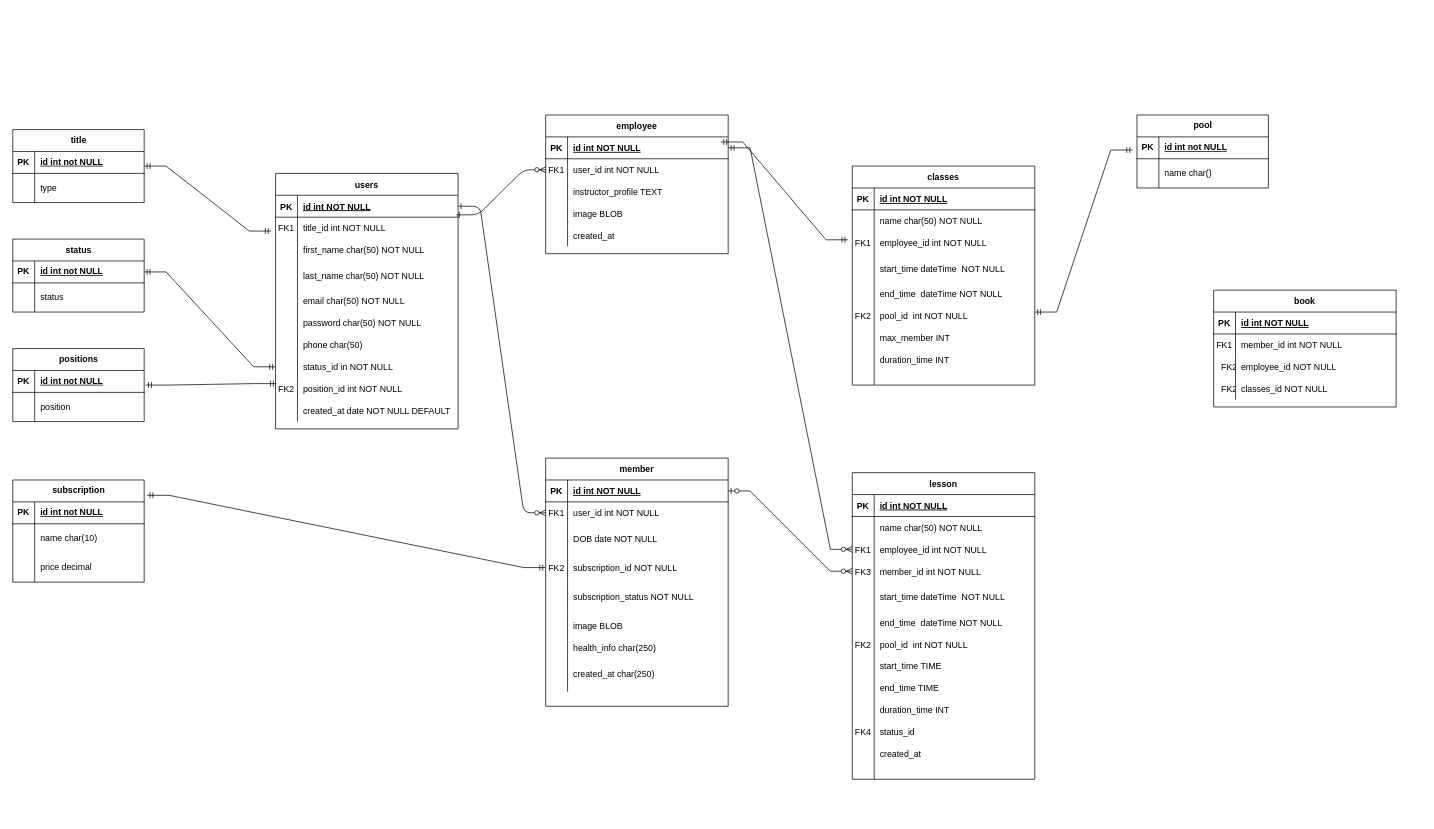
Earlier version of the draw.io diagram webApp/EDR.drawio (NZMia/Biosecurity). Source tidied: cells renumbered, new cells numbered last; positions are measured from the earlier drawing's top-left corner, leaving out a move shared by most shapes. Both pictures are drawn from the tidied source at 73%, with x=0, y=0 at pixel (12, 115).
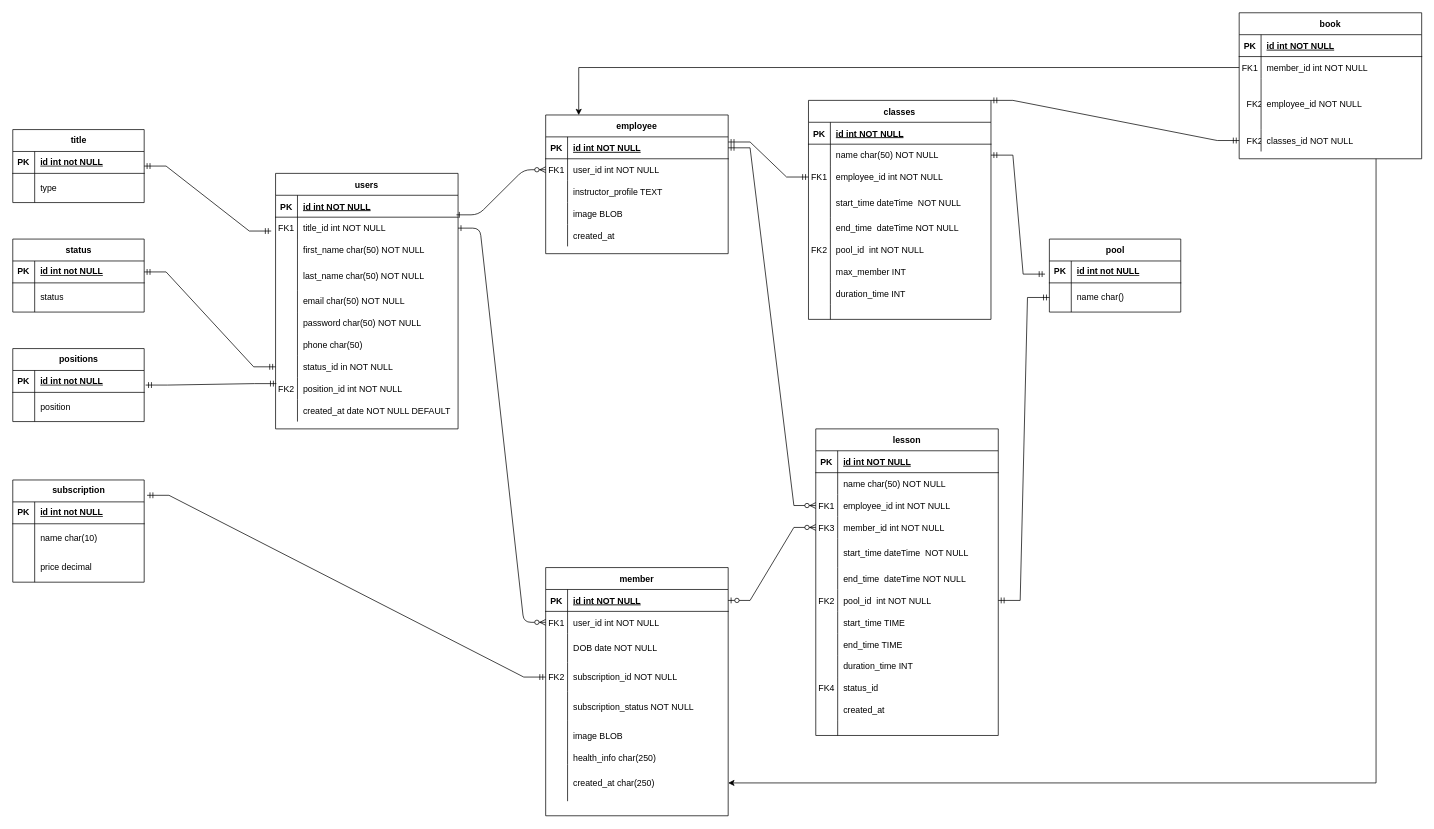
The same page after the edit.

Unchanged cells that the change refers to:
```xml
<mxCell id="8" style="shape=partialRectangle;fillColor=none;points=[[0,0.5],[1,0.5]];portConstraint=eastwest;top=0;left=0;right=0;bottom=0;" parent="4" vertex="1">
  <mxGeometry y="60" width="250" height="30" as="geometry" />
</mxCell>
<mxCell id="26" style="shape=partialRectangle;fillColor=none;points=[[0,0.5],[1,0.5]];portConstraint=eastwest;top=0;left=0;right=0;bottom=0;" parent="4" vertex="1">
  <mxGeometry y="270" width="250" height="50" as="geometry" />
</mxCell>
<mxCell id="29" value="employee" style="shape=table;startSize=30;childLayout=tableLayout;rowLines=0;fontStyle=1;align=center;" parent="1" vertex="1">
  <mxGeometry x="730" width="250" height="190" as="geometry" />
</mxCell>
<mxCell id="30" style="shape=partialRectangle;fillColor=none;points=[[0,0.5],[1,0.5]];portConstraint=eastwest;top=0;left=0;right=0;bottom=1;" parent="29" vertex="1">
  <mxGeometry y="30" width="250" height="30" as="geometry" />
</mxCell>
<mxCell id="46" style="shape=partialRectangle;fillColor=none;points=[[0,0.5],[1,0.5]];portConstraint=eastwest;top=0;left=0;right=0;bottom=1;" parent="45" vertex="1">
  <mxGeometry y="30" width="250" height="30" as="geometry" />
</mxCell>
<mxCell id="49" style="shape=partialRectangle;fillColor=none;points=[[0,0.5],[1,0.5]];portConstraint=eastwest;top=0;left=0;right=0;bottom=0;" parent="45" vertex="1">
  <mxGeometry y="60" width="250" height="30" as="geometry" />
</mxCell>
<mxCell id="80" style="shape=partialRectangle;fillColor=none;points=[[0,0.5],[1,0.5]];portConstraint=eastwest;top=0;left=0;right=0;bottom=0;" parent="76" vertex="1">
  <mxGeometry y="60" width="250" height="30" as="geometry" />
</mxCell>
<mxCell id="83" style="shape=partialRectangle;fillColor=none;points=[[0,0.5],[1,0.5]];portConstraint=eastwest;top=0;left=0;right=0;bottom=0;" parent="76" vertex="1">
  <mxGeometry y="90" width="250" height="30" as="geometry" />
</mxCell>
<mxCell id="108" style="shape=partialRectangle;fillColor=none;points=[[0,0.5],[1,0.5]];portConstraint=eastwest;top=0;left=0;right=0;bottom=0;" parent="104" vertex="1">
  <mxGeometry y="60" width="250" height="30" as="geometry" />
</mxCell>
<mxCell id="153" style="shape=tableRow;horizontal=0;startSize=0;swimlaneHead=0;swimlaneBody=0;fillColor=none;points=[[0,0.5],[1,0.5]];portConstraint=eastwest;top=0;left=0;right=0;bottom=1;" parent="152" vertex="1">
  <mxGeometry y="30" width="180" height="30" as="geometry" />
</mxCell>
<mxCell id="156" style="shape=tableRow;horizontal=0;startSize=0;swimlaneHead=0;swimlaneBody=0;fillColor=none;points=[[0,0.5],[1,0.5]];portConstraint=eastwest;top=0;left=0;right=0;bottom=0;" parent="152" vertex="1">
  <mxGeometry y="60" width="180" height="40" as="geometry" />
</mxCell>
<mxCell id="180" style="shape=partialRectangle;fillColor=none;points=[[0,0.5],[1,0.5]];portConstraint=eastwest;top=0;left=0;right=0;bottom=0;" parent="161" vertex="1">
  <mxGeometry y="220" width="250" height="30" as="geometry" />
</mxCell>
```

Diff of the diagram source:
```diff
@@
-    <mxCell id="2" style="edgeStyle=entityRelationEdgeStyle;endArrow=ERzeroToMany;startArrow=ERone;endFill=1;startFill=0;" parent="1" edge="1" source="46" target="8">
+    <mxCell id="2" style="edgeStyle=entityRelationEdgeStyle;endArrow=ERzeroToMany;startArrow=ERone;endFill=1;startFill=0;exitX=1;exitY=0.5;exitDx=0;exitDy=0;" parent="1" edge="1" source="49" target="8">
       <mxGeometry relative="1" as="geometry" />
     </mxCell>
@@
     <mxCell id="4" value="member" style="shape=table;startSize=30;childLayout=tableLayout;rowLines=0;fontStyle=1;align=center;" parent="1" vertex="1">
-      <mxGeometry x="730" y="470" width="250" height="340" as="geometry" />
+      <mxGeometry x="730" y="620" width="250" height="340" as="geometry" />
     </mxCell>
@@
     <mxCell id="76" value="classes" style="shape=table;startSize=30;childLayout=tableLayout;rowLines=0;fontStyle=1;align=center;" parent="1" vertex="1">
-      <mxGeometry x="1150" y="70" width="250" height="300" as="geometry" />
+      <mxGeometry x="1090" y="-20" width="250" height="300" as="geometry" />
     </mxCell>
@@
+    <mxCell id="203" style="edgeStyle=orthogonalEdgeStyle;rounded=0;jettySize=auto;html=1;exitX=0.75;exitY=1;exitDx=0;exitDy=0;" parent="1" edge="1" source="104" target="26">
+      <mxGeometry relative="1" as="geometry" />
+    </mxCell>
     <mxCell id="104" value="book" style="shape=table;startSize=30;childLayout=tableLayout;rowLines=0;fontStyle=1;align=center;" parent="1" vertex="1">
-      <mxGeometry x="1645" y="240" width="250" height="160" as="geometry" />
+      <mxGeometry x="1680" y="-140" width="250" height="200" as="geometry" />
     </mxCell>
@@
     <mxCell id="111" style="shape=partialRectangle;fillColor=none;top=0;left=0;right=0;bottom=0;" parent="104" vertex="1">
-      <mxGeometry y="90" width="250" height="30" as="geometry" />
+      <mxGeometry y="90" width="250" height="70" as="geometry" />
     </mxCell>
     <mxCell id="112" value="    FK2" style="shape=partialRectangle;overflow=hidden;fillColor=none;top=0;left=0;bottom=0;right=0;" parent="111" vertex="1">
-      <mxGeometry width="30" height="30" as="geometry" />
+      <mxGeometry width="30" height="70" as="geometry" />
     </mxCell>
     <mxCell id="113" value="employee_id NOT NULL" style="shape=partialRectangle;overflow=hidden;fillColor=none;top=0;left=0;bottom=0;right=0;align=left;spacingLeft=6;" parent="111" vertex="1">
-      <mxGeometry x="30" width="220" height="30" as="geometry" />
+      <mxGeometry x="30" width="220" height="70" as="geometry" />
     </mxCell>
     <mxCell id="114" style="shape=partialRectangle;fillColor=none;points=[[0,0.5],[1,0.5]];portConstraint=eastwest;top=0;left=0;right=0;bottom=0;" parent="104" vertex="1">
-      <mxGeometry y="120" width="250" height="30" as="geometry" />
+      <mxGeometry y="160" width="250" height="30" as="geometry" />
     </mxCell>
@@
     <mxCell id="152" value="pool" style="shape=table;startSize=30;childLayout=tableLayout;rowLines=0;fontStyle=1;align=center;html=1;" parent="1" vertex="1">
-      <mxGeometry x="1540" width="180" height="100" as="geometry" />
+      <mxGeometry x="1420" y="170" width="180" height="100" as="geometry" />
     </mxCell>
@@
-    <mxCell id="159" style="edgeStyle=entityRelationEdgeStyle;fontSize=12;html=1;endArrow=ERmandOne;startArrow=ERmandOne;rounded=0;exitX=1.02;exitY=0.867;exitDx=0;exitDy=0;exitPerimeter=0;entryX=-0.033;entryY=0.6;entryDx=0;entryDy=0;entryPerimeter=0;" parent="1" edge="1" target="153">
+    <mxCell id="159" style="edgeStyle=entityRelationEdgeStyle;fontSize=12;html=1;endArrow=ERmandOne;startArrow=ERmandOne;rounded=0;exitX=1;exitY=0.5;exitDx=0;exitDy=0;entryX=-0.033;entryY=0.6;entryDx=0;entryDy=0;entryPerimeter=0;" parent="1" edge="1" source="80" target="153">
       <mxGeometry relative="1" as="geometry">
-        <mxPoint x="1400" y="270" as="sourcePoint" />
         <Array as="points">
           <mxPoint x="1415" y="254" />
         </Array>
       </mxGeometry>
     </mxCell>
-    <mxCell id="160" style="edgeStyle=entityRelationEdgeStyle;fontSize=12;html=1;endArrow=ERmandOne;startArrow=ERmandOne;rounded=0;exitX=0.96;exitY=0.233;exitDx=0;exitDy=0;exitPerimeter=0;entryX=-0.024;entryY=0.367;entryDx=0;entryDy=0;entryPerimeter=0;" parent="1" edge="1" source="30" target="83">
-      <mxGeometry relative="1" as="geometry" />
+    <mxCell id="160" style="edgeStyle=entityRelationEdgeStyle;fontSize=12;html=1;endArrow=ERmandOne;startArrow=ERmandOne;rounded=0;entryX=0;entryY=0.5;entryDx=0;entryDy=0;" parent="1" edge="1" target="83">
+      <mxGeometry relative="1" as="geometry">
+        <mxPoint x="980" y="37" as="sourcePoint" />
+      </mxGeometry>
     </mxCell>
     <mxCell id="161" value="lesson" style="shape=table;startSize=30;childLayout=tableLayout;rowLines=0;fontStyle=1;align=center;" parent="1" vertex="1">
-      <mxGeometry x="1150" y="490" width="250" height="420" as="geometry" />
+      <mxGeometry x="1100" y="430" width="250" height="420" as="geometry" />
     </mxCell>
@@
+    <mxCell id="204" style="edgeStyle=entityRelationEdgeStyle;fontSize=12;html=1;endArrow=ERmandOne;startArrow=ERmandOne;rounded=0;entryX=0;entryY=0.5;entryDx=0;entryDy=0;exitX=1;exitY=0.5;exitDx=0;exitDy=0;" parent="1" edge="1" source="180" target="156">
+      <mxGeometry relative="1" as="geometry">
+        <Array as="points">
+          <mxPoint x="1410" y="780" />
+        </Array>
+      </mxGeometry>
+    </mxCell>
+    <mxCell id="205" style="edgeStyle=orthogonalEdgeStyle;rounded=0;jettySize=auto;html=1;exitX=0;exitY=0.5;exitDx=0;exitDy=0;entryX=0.181;entryY=0.001;entryDx=0;entryDy=0;entryPerimeter=0;" parent="1" edge="1" source="108" target="29">
+      <mxGeometry relative="1" as="geometry" />
+    </mxCell>
+    <mxCell id="206" style="edgeStyle=entityRelationEdgeStyle;fontSize=12;html=1;endArrow=ERmandOne;startArrow=ERmandOne;rounded=0;entryX=0;entryY=0.5;entryDx=0;entryDy=0;exitX=1;exitY=0;exitDx=0;exitDy=0;" parent="1" edge="1" source="76" target="114">
+      <mxGeometry relative="1" as="geometry" />
+    </mxCell>
```
